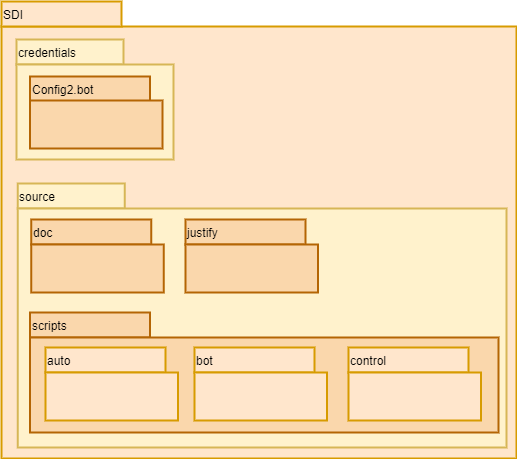
Above: doc/img/Diagramas/Diagrama de paquetes.png in davidelinformatico/TFG (draw.io), before the change. Source tidied: cells renumbered, new cells last; positions are measured from the earlier drawing's top-left corner, leaving out a move shared by most shapes.
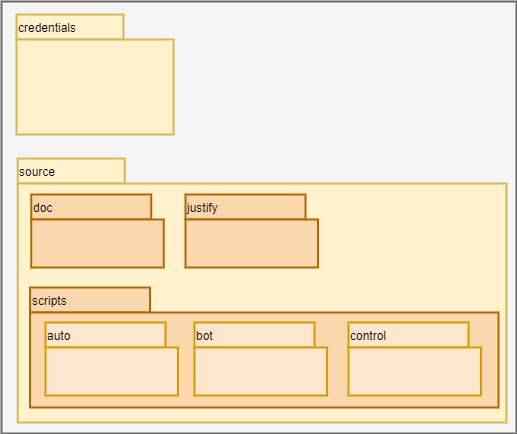
Later version of the same file.

Change to the diagram source:
```diff
@@ -2,7 +2,7 @@
   <root>
     <mxCell id="0" />
     <mxCell id="1" parent="0" />
-    <mxCell id="2" style="rounded=0;whiteSpace=wrap;html=1;strokeColor=#d79b00;strokeWidth=2;fillColor=#ffe6cc;align=left;" parent="1" vertex="1">
+    <mxCell id="2" style="rounded=0;whiteSpace=wrap;html=1;strokeColor=#666666;strokeWidth=2;fillColor=#f5f5f5;align=left;fontColor=#333333;" parent="1" vertex="1">
       <mxGeometry y="25" width="515" height="432" as="geometry" />
     </mxCell>
     <mxCell id="3" value="credentials" style="rounded=0;whiteSpace=wrap;html=1;strokeColor=#d6b656;strokeWidth=2;fillColor=#fff2cc;align=left;" parent="1" vertex="1">
@@ -11,12 +11,6 @@
     <mxCell id="4" style="rounded=0;whiteSpace=wrap;html=1;strokeColor=#d6b656;strokeWidth=2;fillColor=#fff2cc;align=left;" parent="1" vertex="1">
       <mxGeometry x="15" y="63" width="157" height="95" as="geometry" />
     </mxCell>
-    <mxCell id="5" value="Config2.bot" style="rounded=0;whiteSpace=wrap;html=1;strokeColor=#b46504;strokeWidth=2;fillColor=#fad7ac;align=left;" parent="1" vertex="1">
-      <mxGeometry x="28.5" y="75" width="120" height="25" as="geometry" />
-    </mxCell>
-    <mxCell id="6" style="rounded=0;whiteSpace=wrap;html=1;strokeColor=#b46504;strokeWidth=2;fillColor=#fad7ac;align=left;" parent="1" vertex="1">
-      <mxGeometry x="28.5" y="99" width="132.5" height="48" as="geometry" />
-    </mxCell>
     <mxCell id="7" value="source" style="rounded=0;whiteSpace=wrap;html=1;strokeColor=#d6b656;strokeWidth=2;fillColor=#fff2cc;align=left;" parent="1" vertex="1">
       <mxGeometry x="16.2" y="182" width="107" height="25" as="geometry" />
     </mxCell>
@@ -59,8 +53,5 @@
     <mxCell id="20" style="rounded=0;whiteSpace=wrap;html=1;strokeColor=#d79b00;strokeWidth=2;fillColor=#ffe6cc;align=left;" parent="1" vertex="1">
       <mxGeometry x="347" y="371" width="132.5" height="48" as="geometry" />
     </mxCell>
-    <mxCell id="21" value="SDI" style="rounded=0;whiteSpace=wrap;html=1;strokeColor=#d79b00;strokeWidth=2;fillColor=#ffe6cc;align=left;" parent="1" vertex="1">
-      <mxGeometry width="120" height="25" as="geometry" />
-    </mxCell>
   </root>
 </mxGraphModel>
```
